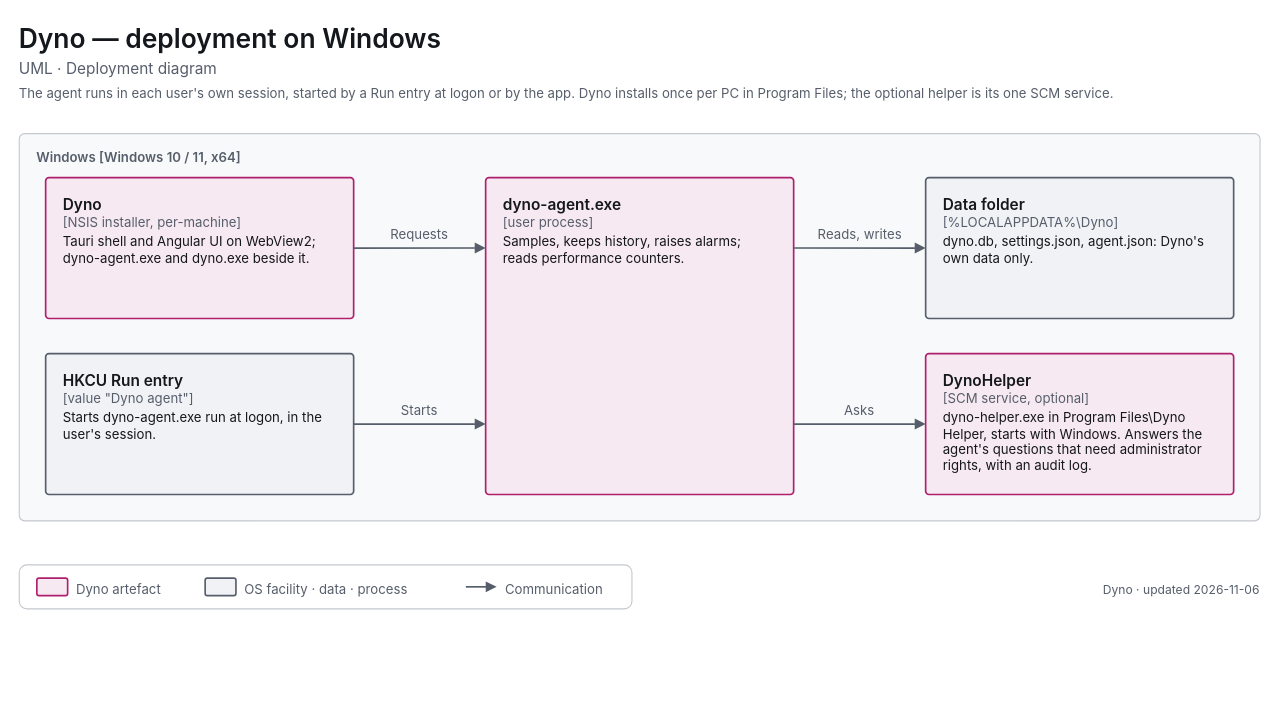
Earlier version of the draw.io diagram apps/dyno/diagrams/uml-deployment-windows.drawio (decryp7/paddock). Source tidied: cells renumbered, new cells numbered last; positions are measured from the earlier drawing's top-left corner, leaving out a move shared by most shapes. Both pictures are drawn from the tidied source at 110%, with x=0, y=0 at pixel (19, 19).
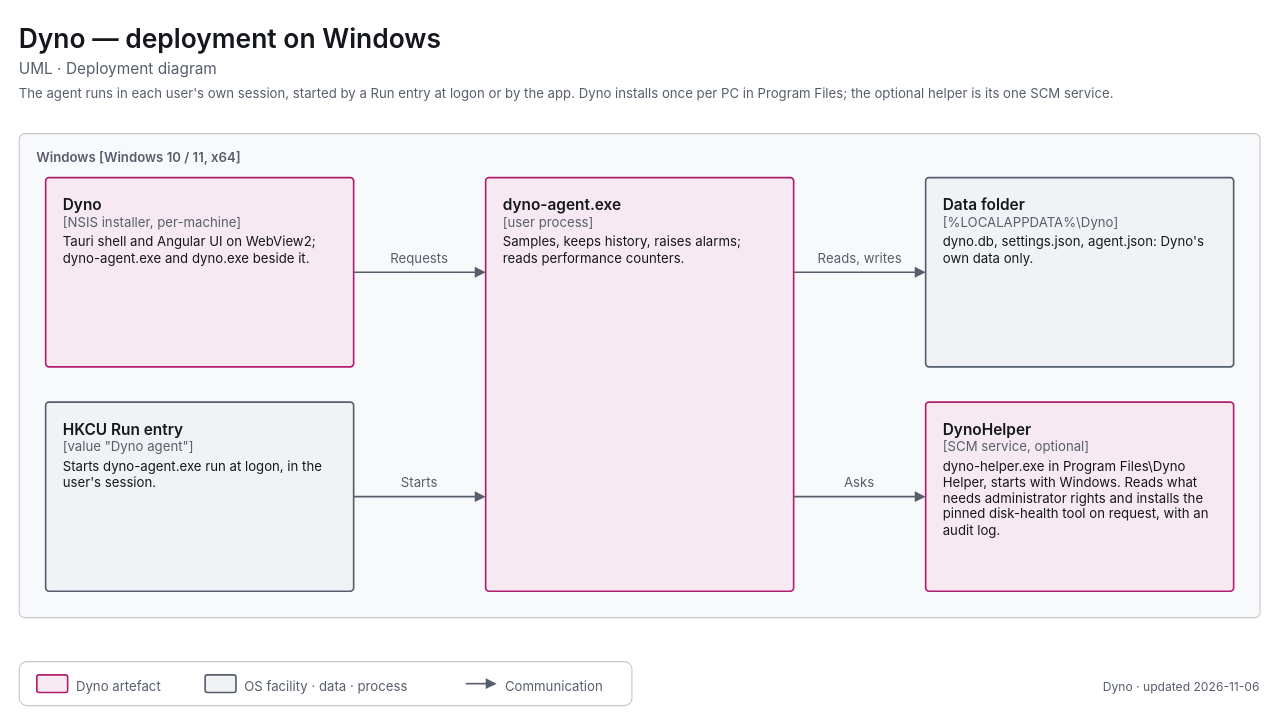
The same diagram, later.

Change to the diagram source:
```diff
@@
     <mxCell id="5" value="&lt;span style=&quot;font-size:12px;font-weight:600&quot;&gt;Windows [Windows 10 / 11, x64]&lt;/span&gt;" style="html=1;whiteSpace=wrap;fontFamily=-apple-system,BlinkMacSystemFont,Segoe UI,system-ui,sans-serif;fontSize=12;fontColor=light-dark(#14171C,#ECEEF1);rounded=1;absoluteArcSize=1;arcSize=10;strokeWidth=1;strokeColor=light-dark(#C4C7CD,#353A42);fillColor=light-dark(#F8F9FA,#121418);align=left;verticalAlign=top;spacingLeft=14;spacingTop=8;fontColor=light-dark(#565E6B,#A0A7B2);" parent="1" vertex="1">
-      <mxGeometry y="104" width="1128" height="352" as="geometry" />
+      <mxGeometry y="104" width="1128" height="440" as="geometry" />
     </mxCell>
     <mxCell id="6" value="&lt;span style=&quot;font-size:14px;font-weight:600&quot;&gt;Dyno&lt;/span&gt;&lt;br&gt;&lt;span style=&quot;font-size:12px;color:light-dark(#565E6B,#A0A7B2)&quot;&gt;[NSIS installer, per-machine]&lt;/span&gt;&lt;br&gt;&lt;div style=&quot;margin-top:4px;font-size:12px&quot;&gt;Tauri shell and Angular UI on WebView2; dyno-agent.exe and dyno.exe beside it.&lt;/div&gt;" style="html=1;whiteSpace=wrap;fontFamily=-apple-system,BlinkMacSystemFont,Segoe UI,system-ui,sans-serif;fontSize=12;fontColor=light-dark(#14171C,#ECEEF1);rounded=1;absoluteArcSize=1;arcSize=6;strokeWidth=1.5;strokeColor=light-dark(#B01E6E,#F063A8);fillColor=light-dark(#F7E9F1,#382332);align=left;verticalAlign=top;spacingLeft=14;spacingRight=14;spacingTop=10;spacingBottom=8;" parent="1" vertex="1">
-      <mxGeometry x="24" y="144" width="280" height="128" as="geometry" />
+      <mxGeometry x="24" y="144" width="280" height="172" as="geometry" />
     </mxCell>
     <mxCell id="7" value="&lt;span style=&quot;font-size:14px;font-weight:600&quot;&gt;HKCU Run entry&lt;/span&gt;&lt;br&gt;&lt;span style=&quot;font-size:12px;color:light-dark(#565E6B,#A0A7B2)&quot;&gt;[value &amp;quot;Dyno agent&amp;quot;]&lt;/span&gt;&lt;br&gt;&lt;div style=&quot;margin-top:4px;font-size:12px&quot;&gt;Starts dyno-agent.exe run at logon, in the user's session.&lt;/div&gt;" style="html=1;whiteSpace=wrap;fontFamily=-apple-system,BlinkMacSystemFont,Segoe UI,system-ui,sans-serif;fontSize=12;fontColor=light-dark(#14171C,#ECEEF1);rounded=1;absoluteArcSize=1;arcSize=6;strokeWidth=1.5;strokeColor=light-dark(#565E6B,#A0A7B2);fillColor=light-dark(#F0F2F5,#1B1E23);align=left;verticalAlign=top;spacingLeft=14;spacingRight=14;spacingTop=10;spacingBottom=8;" parent="1" vertex="1">
-      <mxGeometry x="24" y="304" width="280" height="128" as="geometry" />
+      <mxGeometry x="24" y="348" width="280" height="172" as="geometry" />
     </mxCell>
     <mxCell id="8" value="&lt;span style=&quot;font-size:14px;font-weight:600&quot;&gt;dyno-agent.exe&lt;/span&gt;&lt;br&gt;&lt;span style=&quot;font-size:12px;color:light-dark(#565E6B,#A0A7B2)&quot;&gt;[user process]&lt;/span&gt;&lt;br&gt;&lt;div style=&quot;margin-top:4px;font-size:12px&quot;&gt;Samples, keeps history, raises alarms; reads performance counters.&lt;/div&gt;" style="html=1;whiteSpace=wrap;fontFamily=-apple-system,BlinkMacSystemFont,Segoe UI,system-ui,sans-serif;fontSize=12;fontColor=light-dark(#14171C,#ECEEF1);rounded=1;absoluteArcSize=1;arcSize=6;strokeWidth=1.5;strokeColor=light-dark(#B01E6E,#F063A8);fillColor=light-dark(#F7E9F1,#382332);align=left;verticalAlign=top;spacingLeft=14;spacingRight=14;spacingTop=10;spacingBottom=8;" parent="1" vertex="1">
-      <mxGeometry x="424" y="144" width="280" height="288" as="geometry" />
+      <mxGeometry x="424" y="144" width="280" height="376" as="geometry" />
     </mxCell>
     <mxCell id="9" value="&lt;span style=&quot;font-size:14px;font-weight:600&quot;&gt;Data folder&lt;/span&gt;&lt;br&gt;&lt;span style=&quot;font-size:12px;color:light-dark(#565E6B,#A0A7B2)&quot;&gt;[%LOCALAPPDATA%\Dyno]&lt;/span&gt;&lt;br&gt;&lt;div style=&quot;margin-top:4px;font-size:12px&quot;&gt;dyno.db, settings.json, agent.json: Dyno's own data only.&lt;/div&gt;" style="html=1;whiteSpace=wrap;fontFamily=-apple-system,BlinkMacSystemFont,Segoe UI,system-ui,sans-serif;fontSize=12;fontColor=light-dark(#14171C,#ECEEF1);rounded=1;absoluteArcSize=1;arcSize=6;strokeWidth=1.5;strokeColor=light-dark(#565E6B,#A0A7B2);fillColor=light-dark(#F0F2F5,#1B1E23);align=left;verticalAlign=top;spacingLeft=14;spacingRight=14;spacingTop=10;spacingBottom=8;" parent="1" vertex="1">
-      <mxGeometry x="824" y="144" width="280" height="128" as="geometry" />
+      <mxGeometry x="824" y="144" width="280" height="172" as="geometry" />
     </mxCell>
-    <mxCell id="10" value="&lt;span style=&quot;font-size:14px;font-weight:600&quot;&gt;DynoHelper&lt;/span&gt;&lt;br&gt;&lt;span style=&quot;font-size:12px;color:light-dark(#565E6B,#A0A7B2)&quot;&gt;[SCM service, optional]&lt;/span&gt;&lt;br&gt;&lt;div style=&quot;margin-top:4px;font-size:12px&quot;&gt;dyno-helper.exe in Program Files\Dyno Helper, starts with Windows. Answers the agent's questions that need administrator rights, with an audit log.&lt;/div&gt;" style="html=1;whiteSpace=wrap;fontFamily=-apple-system,BlinkMacSystemFont,Segoe UI,system-ui,sans-serif;fontSize=12;fontColor=light-dark(#14171C,#ECEEF1);rounded=1;absoluteArcSize=1;arcSize=6;strokeWidth=1.5;strokeColor=light-dark(#B01E6E,#F063A8);fillColor=light-dark(#F7E9F1,#382332);align=left;verticalAlign=top;spacingLeft=14;spacingRight=14;spacingTop=10;spacingBottom=8;" parent="1" vertex="1">
-      <mxGeometry x="824" y="304" width="280" height="128" as="geometry" />
+    <mxCell id="10" value="&lt;span style=&quot;font-size:14px;font-weight:600&quot;&gt;DynoHelper&lt;/span&gt;&lt;br&gt;&lt;span style=&quot;font-size:12px;color:light-dark(#565E6B,#A0A7B2)&quot;&gt;[SCM service, optional]&lt;/span&gt;&lt;br&gt;&lt;div style=&quot;margin-top:4px;font-size:12px&quot;&gt;dyno-helper.exe in Program Files\Dyno Helper, starts with Windows. Reads what needs administrator rights and installs the pinned disk-health tool on request, with an audit log.&lt;/div&gt;" style="html=1;whiteSpace=wrap;fontFamily=-apple-system,BlinkMacSystemFont,Segoe UI,system-ui,sans-serif;fontSize=12;fontColor=light-dark(#14171C,#ECEEF1);rounded=1;absoluteArcSize=1;arcSize=6;strokeWidth=1.5;strokeColor=light-dark(#B01E6E,#F063A8);fillColor=light-dark(#F7E9F1,#382332);align=left;verticalAlign=top;spacingLeft=14;spacingRight=14;spacingTop=10;spacingBottom=8;" parent="1" vertex="1">
+      <mxGeometry x="824" y="348" width="280" height="172" as="geometry" />
     </mxCell>
-    <mxCell id="11" style="edgeStyle=orthogonalEdgeStyle;rounded=1;arcSize=8;jettySize=auto;html=1;strokeWidth=1.5;strokeColor=light-dark(#565E6B,#A0A7B2);endArrow=block;endFill=1;endSize=6;startArrow=none;startFill=0;startSize=8;exitX=1.0000;exitY=0.5000;exitDx=0;exitDy=0;exitPerimeter=0;entryX=0.0000;entryY=0.2222;entryDx=0;entryDy=0;entryPerimeter=0;" parent="1" edge="1" source="6" target="8">
+    <mxCell id="11" style="edgeStyle=orthogonalEdgeStyle;rounded=1;arcSize=8;jettySize=auto;html=1;strokeWidth=1.5;strokeColor=light-dark(#565E6B,#A0A7B2);endArrow=block;endFill=1;endSize=6;startArrow=none;startFill=0;startSize=8;exitX=1.0000;exitY=0.5000;exitDx=0;exitDy=0;exitPerimeter=0;entryX=0.0000;entryY=0.2287;entryDx=0;entryDy=0;entryPerimeter=0;" parent="1" edge="1" source="6" target="8">
       <mxGeometry relative="1" as="geometry" />
     </mxCell>
     <mxCell id="12" value="&lt;span style=&quot;font-size:12px;font-weight:400&quot;&gt;Requests&lt;/span&gt;" style="html=1;whiteSpace=wrap;fontFamily=-apple-system,BlinkMacSystemFont,Segoe UI,system-ui,sans-serif;fontSize=12;fontColor=light-dark(#14171C,#ECEEF1);text;strokeColor=none;fillColor=none;align=center;verticalAlign=top;spacing=0;fontColor=light-dark(#565E6B,#A0A7B2);" parent="1" vertex="1">
-      <mxGeometry x="331" y="184" width="66" height="18" as="geometry" />
+      <mxGeometry x="331" y="206" width="66" height="18" as="geometry" />
     </mxCell>
-    <mxCell id="13" style="edgeStyle=orthogonalEdgeStyle;rounded=1;arcSize=8;jettySize=auto;html=1;strokeWidth=1.5;strokeColor=light-dark(#565E6B,#A0A7B2);endArrow=block;endFill=1;endSize=6;startArrow=none;startFill=0;startSize=8;exitX=1.0000;exitY=0.5000;exitDx=0;exitDy=0;exitPerimeter=0;entryX=0.0000;entryY=0.7778;entryDx=0;entryDy=0;entryPerimeter=0;" parent="1" edge="1" source="7" target="8">
+    <mxCell id="13" style="edgeStyle=orthogonalEdgeStyle;rounded=1;arcSize=8;jettySize=auto;html=1;strokeWidth=1.5;strokeColor=light-dark(#565E6B,#A0A7B2);endArrow=block;endFill=1;endSize=6;startArrow=none;startFill=0;startSize=8;exitX=1.0000;exitY=0.5000;exitDx=0;exitDy=0;exitPerimeter=0;entryX=0.0000;entryY=0.7713;entryDx=0;entryDy=0;entryPerimeter=0;" parent="1" edge="1" source="7" target="8">
       <mxGeometry relative="1" as="geometry" />
     </mxCell>
     <mxCell id="14" value="&lt;span style=&quot;font-size:12px;font-weight:400&quot;&gt;Starts&lt;/span&gt;" style="html=1;whiteSpace=wrap;fontFamily=-apple-system,BlinkMacSystemFont,Segoe UI,system-ui,sans-serif;fontSize=12;fontColor=light-dark(#14171C,#ECEEF1);text;strokeColor=none;fillColor=none;align=center;verticalAlign=top;spacing=0;fontColor=light-dark(#565E6B,#A0A7B2);" parent="1" vertex="1">
-      <mxGeometry x="338" y="344" width="52" height="18" as="geometry" />
+      <mxGeometry x="338" y="410" width="52" height="18" as="geometry" />
     </mxCell>
-    <mxCell id="15" style="edgeStyle=orthogonalEdgeStyle;rounded=1;arcSize=8;jettySize=auto;html=1;strokeWidth=1.5;strokeColor=light-dark(#565E6B,#A0A7B2);endArrow=block;endFill=1;endSize=6;startArrow=none;startFill=0;startSize=8;exitX=1.0000;exitY=0.2222;exitDx=0;exitDy=0;exitPerimeter=0;entryX=0.0000;entryY=0.5000;entryDx=0;entryDy=0;entryPerimeter=0;" parent="1" edge="1" source="8" target="9">
+    <mxCell id="15" style="edgeStyle=orthogonalEdgeStyle;rounded=1;arcSize=8;jettySize=auto;html=1;strokeWidth=1.5;strokeColor=light-dark(#565E6B,#A0A7B2);endArrow=block;endFill=1;endSize=6;startArrow=none;startFill=0;startSize=8;exitX=1.0000;exitY=0.2287;exitDx=0;exitDy=0;exitPerimeter=0;entryX=0.0000;entryY=0.5000;entryDx=0;entryDy=0;entryPerimeter=0;" parent="1" edge="1" source="8" target="9">
       <mxGeometry relative="1" as="geometry" />
     </mxCell>
     <mxCell id="16" value="&lt;span style=&quot;font-size:12px;font-weight:400&quot;&gt;Reads, writes&lt;/span&gt;" style="html=1;whiteSpace=wrap;fontFamily=-apple-system,BlinkMacSystemFont,Segoe UI,system-ui,sans-serif;fontSize=12;fontColor=light-dark(#14171C,#ECEEF1);text;strokeColor=none;fillColor=none;align=center;verticalAlign=top;spacing=0;fontColor=light-dark(#565E6B,#A0A7B2);" parent="1" vertex="1">
-      <mxGeometry x="717" y="184" width="95" height="18" as="geometry" />
+      <mxGeometry x="717" y="206" width="95" height="18" as="geometry" />
     </mxCell>
-    <mxCell id="17" style="edgeStyle=orthogonalEdgeStyle;rounded=1;arcSize=8;jettySize=auto;html=1;strokeWidth=1.5;strokeColor=light-dark(#565E6B,#A0A7B2);endArrow=block;endFill=1;endSize=6;startArrow=none;startFill=0;startSize=8;exitX=1.0000;exitY=0.7778;exitDx=0;exitDy=0;exitPerimeter=0;entryX=0.0000;entryY=0.5000;entryDx=0;entryDy=0;entryPerimeter=0;" parent="1" edge="1" source="8" target="10">
+    <mxCell id="17" style="edgeStyle=orthogonalEdgeStyle;rounded=1;arcSize=8;jettySize=auto;html=1;strokeWidth=1.5;strokeColor=light-dark(#565E6B,#A0A7B2);endArrow=block;endFill=1;endSize=6;startArrow=none;startFill=0;startSize=8;exitX=1.0000;exitY=0.7713;exitDx=0;exitDy=0;exitPerimeter=0;entryX=0.0000;entryY=0.5000;entryDx=0;entryDy=0;entryPerimeter=0;" parent="1" edge="1" source="8" target="10">
       <mxGeometry relative="1" as="geometry" />
     </mxCell>
     <mxCell id="18" value="&lt;span style=&quot;font-size:12px;font-weight:400&quot;&gt;Asks&lt;/span&gt;" style="html=1;whiteSpace=wrap;fontFamily=-apple-system,BlinkMacSystemFont,Segoe UI,system-ui,sans-serif;fontSize=12;fontColor=light-dark(#14171C,#ECEEF1);text;strokeColor=none;fillColor=none;align=center;verticalAlign=top;spacing=0;fontColor=light-dark(#565E6B,#A0A7B2);" parent="1" vertex="1">
-      <mxGeometry x="745" y="344" width="38" height="18" as="geometry" />
+      <mxGeometry x="745" y="410" width="38" height="18" as="geometry" />
     </mxCell>
     <mxCell id="19" style="rounded=1;absoluteArcSize=1;arcSize=14;strokeWidth=1;strokeColor=light-dark(#C4C7CD,#353A42);fillColor=none;" parent="1" vertex="1">
-      <mxGeometry y="496" width="557" height="40" as="geometry" />
+      <mxGeometry y="584" width="557" height="40" as="geometry" />
     </mxCell>
     <mxCell id="20" style="rounded=1;absoluteArcSize=1;arcSize=4;strokeWidth=1.5;strokeColor=light-dark(#B01E6E,#F063A8);fillColor=light-dark(#F7E9F1,#382332);" parent="1" vertex="1">
-      <mxGeometry x="16" y="508" width="28" height="16" as="geometry" />
+      <mxGeometry x="16" y="596" width="28" height="16" as="geometry" />
     </mxCell>
     <mxCell id="21" value="&lt;span style=&quot;font-size:12px;font-weight:400&quot;&gt;Dyno artefact&lt;/span&gt;" style="html=1;whiteSpace=wrap;fontFamily=-apple-system,BlinkMacSystemFont,Segoe UI,system-ui,sans-serif;fontSize=12;fontColor=light-dark(#14171C,#ECEEF1);text;strokeColor=none;fillColor=none;align=left;verticalAlign=top;spacing=0;fontColor=light-dark(#565E6B,#A0A7B2);" parent="1" vertex="1">
-      <mxGeometry x="52" y="507" width="93" height="18" as="geometry" />
+      <mxGeometry x="52" y="595" width="93" height="18" as="geometry" />
     </mxCell>
     <mxCell id="22" style="rounded=1;absoluteArcSize=1;arcSize=4;strokeWidth=1.5;strokeColor=light-dark(#565E6B,#A0A7B2);fillColor=light-dark(#F0F2F5,#1B1E23);" parent="1" vertex="1">
-      <mxGeometry x="169" y="508" width="28" height="16" as="geometry" />
+      <mxGeometry x="169" y="596" width="28" height="16" as="geometry" />
     </mxCell>
     <mxCell id="23" value="&lt;span style=&quot;font-size:12px;font-weight:400&quot;&gt;OS facility · data · process&lt;/span&gt;" style="html=1;whiteSpace=wrap;fontFamily=-apple-system,BlinkMacSystemFont,Segoe UI,system-ui,sans-serif;fontSize=12;fontColor=light-dark(#14171C,#ECEEF1);text;strokeColor=none;fillColor=none;align=left;verticalAlign=top;spacing=0;fontColor=light-dark(#565E6B,#A0A7B2);" parent="1" vertex="1">
-      <mxGeometry x="205" y="507" width="177" height="18" as="geometry" />
+      <mxGeometry x="205" y="595" width="177" height="18" as="geometry" />
     </mxCell>
     <mxCell id="24" style="edgeStyle=none;rounded=1;html=1;strokeWidth=1.5;strokeColor=light-dark(#565E6B,#A0A7B2);endArrow=block;endFill=1;endSize=6;" parent="1" edge="1">
       <mxGeometry relative="1" as="geometry">
-        <mxPoint x="406" y="516" as="sourcePoint" />
-        <mxPoint x="434" y="516" as="targetPoint" />
+        <mxPoint x="406" y="604" as="sourcePoint" />
+        <mxPoint x="434" y="604" as="targetPoint" />
       </mxGeometry>
     </mxCell>
     <mxCell id="25" value="&lt;span style=&quot;font-size:12px;font-weight:400&quot;&gt;Communication&lt;/span&gt;" style="html=1;whiteSpace=wrap;fontFamily=-apple-system,BlinkMacSystemFont,Segoe UI,system-ui,sans-serif;fontSize=12;fontColor=light-dark(#14171C,#ECEEF1);text;strokeColor=none;fillColor=none;align=left;verticalAlign=top;spacing=0;fontColor=light-dark(#565E6B,#A0A7B2);" parent="1" vertex="1">
-      <mxGeometry x="442" y="507" width="99" height="18" as="geometry" />
+      <mxGeometry x="442" y="595" width="99" height="18" as="geometry" />
     </mxCell>
     <mxCell id="26" value="&lt;span style=&quot;font-size:11px;font-weight:400&quot;&gt;Dyno · updated 2026-11-06&lt;/span&gt;" style="html=1;whiteSpace=wrap;fontFamily=-apple-system,BlinkMacSystemFont,Segoe UI,system-ui,sans-serif;fontSize=12;fontColor=light-dark(#14171C,#ECEEF1);text;strokeColor=none;fillColor=none;align=right;verticalAlign=top;spacing=0;fontColor=light-dark(#565E6B,#A0A7B2);" parent="1" vertex="1">
-      <mxGeometry x="768" y="507" width="360" height="18" as="geometry" />
+      <mxGeometry x="768" y="595" width="360" height="18" as="geometry" />
     </mxCell>
```
